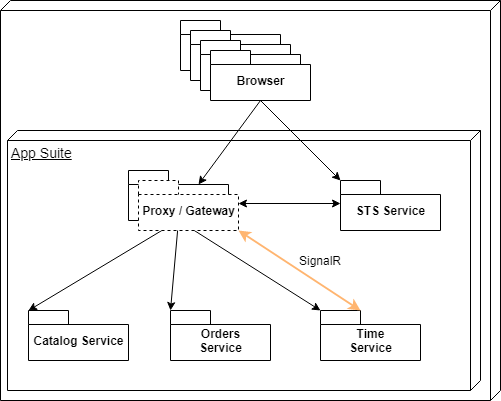
This is docs/assets/system-context.png from thomasduft/apigateway, a draw.io export, as it was before one commit. Source tidied: cells renumbered, new cells last; positions are measured from the earlier drawing's top-left corner, leaving out a move shared by most shapes.
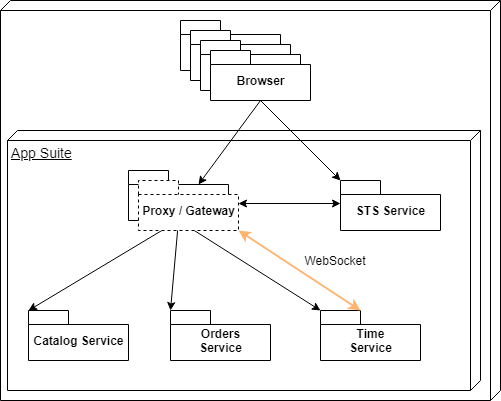
Above is the later version.

Commit message:
improved system design images

Change to the diagram source:
```diff
@@ -59,8 +59,8 @@
     <mxCell id="20" style="endArrow=classic;startArrow=classic;html=1;entryX=0;entryY=0;entryDx=100;entryDy=50;entryPerimeter=0;exitX=0;exitY=0;exitDx=40;exitDy=0;exitPerimeter=0;strokeColor=#FFB570;strokeWidth=2;" parent="1" edge="1" source="12" target="19">
       <mxGeometry relative="1" as="geometry" />
     </mxCell>
-    <mxCell id="21" value="SignalR" style="text;html=1;strokeColor=none;fillColor=none;align=center;verticalAlign=middle;whiteSpace=wrap;rounded=0;" parent="1" vertex="1">
-      <mxGeometry x="300" y="250" width="40" height="20" as="geometry" />
+    <mxCell id="21" value="WebSocket" style="text;html=1;strokeColor=none;fillColor=none;align=center;verticalAlign=middle;whiteSpace=wrap;rounded=0;" parent="1" vertex="1">
+      <mxGeometry x="290" y="250" width="90" height="20" as="geometry" />
     </mxCell>
   </root>
 </mxGraphModel>
```
